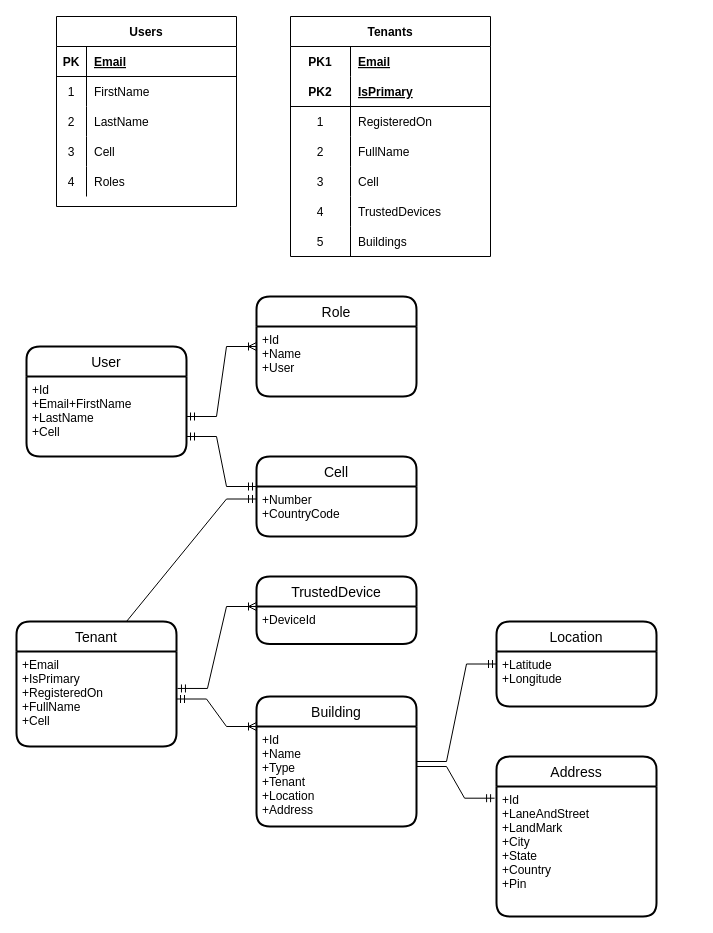
The draw.io diagram page "DatabaseSchema" (10 of 10) of notes/ArchitecturalDiagrams.drawio in aniruddhand/ciot-capstone, before the edit. Source tidied: cells renumbered, new cells numbered last; positions are measured from the earlier drawing's top-left corner, leaving out a move shared by most shapes. Both pictures are drawn from the tidied source at 100%, with x=0, y=0 at pixel (16, 16).
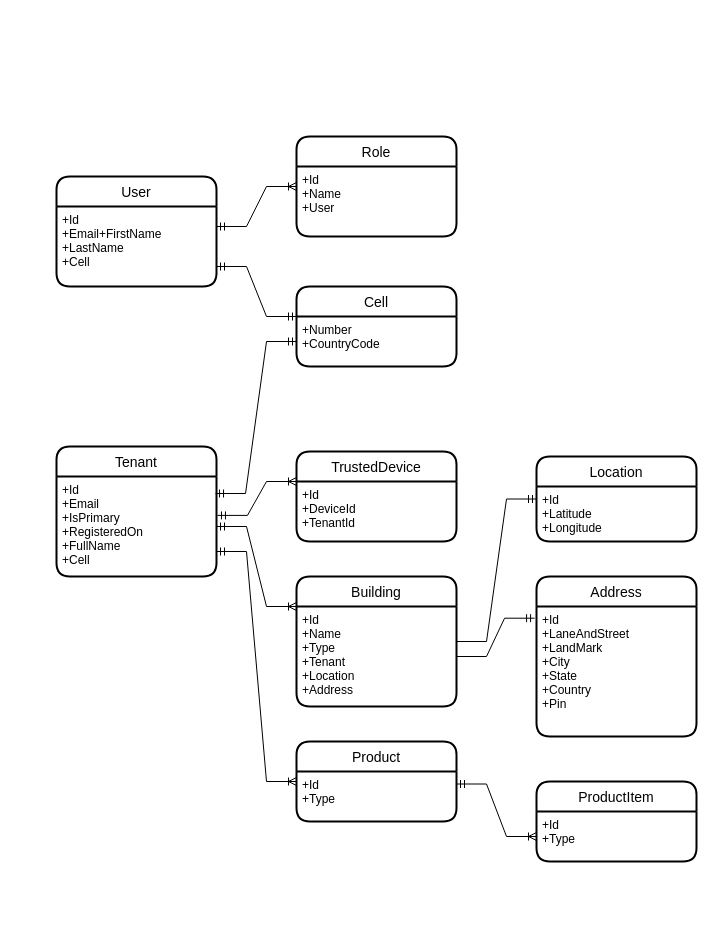
After the change.

The change refers to these unchanged cells:
```xml
<mxCell id="49" value="+Id&#10;+Name&#10;+Type&#10;+Tenant&#10;+Location&#10;+Address&#10;" style="align=left;strokeColor=none;fillColor=none;spacingLeft=4;fontSize=12;verticalAlign=top;" parent="48" vertex="1">
  <mxGeometry y="30" width="160" height="100" as="geometry" />
</mxCell>
<mxCell id="51" value="+Number&#10;+CountryCode&#10;" style="align=left;strokeColor=none;fillColor=none;spacingLeft=4;fontSize=12;verticalAlign=top;" parent="50" vertex="1">
  <mxGeometry y="30" width="160" height="50" as="geometry" />
</mxCell>
<mxCell id="58" value="+Id&#10;+LaneAndStreet&#10;+LandMark&#10;+City&#10;+State&#10;+Country&#10;+Pin&#10;" style="align=left;strokeColor=none;fillColor=none;spacingLeft=4;fontSize=12;verticalAlign=top;" parent="57" vertex="1">
  <mxGeometry y="30" width="160" height="130" as="geometry" />
</mxCell>
```

What changed in the source:
```diff
@@
-    <mxCell id="2" value="Users" style="shape=table;startSize=30;childLayout=tableLayout;rowLines=0;fontStyle=1;align=center;" parent="1" vertex="1">
-      <mxGeometry x="40" width="180" height="190" as="geometry" />
-    </mxCell>
-    <mxCell id="3" style="shape=partialRectangle;fillColor=none;top=0;left=0;bottom=1;right=0;" parent="2" vertex="1">
-      <mxGeometry y="30" width="180" height="30" as="geometry" />
-    </mxCell>
-    <mxCell id="4" value="PK" style="shape=partialRectangle;fillColor=none;top=0;left=0;bottom=0;right=0;fontStyle=1;overflow=hidden;" parent="3" vertex="1">
-      <mxGeometry width="30" height="30" as="geometry" />
-    </mxCell>
-    <mxCell id="5" value="Email" style="shape=partialRectangle;fillColor=none;top=0;left=0;bottom=0;right=0;align=left;spacingLeft=6;fontStyle=5;overflow=hidden;" parent="3" vertex="1">
-      <mxGeometry x="30" width="150" height="30" as="geometry" />
-    </mxCell>
-    <mxCell id="6" style="shape=partialRectangle;fillColor=none;top=0;left=0;bottom=0;right=0;" parent="2" vertex="1">
-      <mxGeometry y="60" width="180" height="30" as="geometry" />
-    </mxCell>
-    <mxCell id="7" value="1" style="shape=partialRectangle;fillColor=none;top=0;left=0;bottom=0;right=0;overflow=hidden;" parent="6" vertex="1">
-      <mxGeometry width="30" height="30" as="geometry" />
-    </mxCell>
-    <mxCell id="8" value="FirstName" style="shape=partialRectangle;fillColor=none;top=0;left=0;bottom=0;right=0;align=left;spacingLeft=6;overflow=hidden;" parent="6" vertex="1">
-      <mxGeometry x="30" width="150" height="30" as="geometry" />
-    </mxCell>
-    <mxCell id="9" style="shape=partialRectangle;fillColor=none;top=0;left=0;bottom=0;right=0;" parent="2" vertex="1">
-      <mxGeometry y="90" width="180" height="30" as="geometry" />
-    </mxCell>
-    <mxCell id="10" value="2" style="shape=partialRectangle;fillColor=none;top=0;left=0;bottom=0;right=0;overflow=hidden;" parent="9" vertex="1">
-      <mxGeometry width="30" height="30" as="geometry" />
-    </mxCell>
-    <mxCell id="11" value="LastName" style="shape=partialRectangle;fillColor=none;top=0;left=0;bottom=0;right=0;align=left;spacingLeft=6;overflow=hidden;" parent="9" vertex="1">
-      <mxGeometry x="30" width="150" height="30" as="geometry" />
-    </mxCell>
-    <mxCell id="12" style="shape=partialRectangle;fillColor=none;top=0;left=0;bottom=0;right=0;" parent="2" vertex="1">
-      <mxGeometry y="120" width="180" height="30" as="geometry" />
-    </mxCell>
-    <mxCell id="13" value="3" style="shape=partialRectangle;fillColor=none;top=0;left=0;bottom=0;right=0;overflow=hidden;" parent="12" vertex="1">
-      <mxGeometry width="30" height="30" as="geometry" />
-    </mxCell>
-    <mxCell id="14" value="Cell" style="shape=partialRectangle;fillColor=none;top=0;left=0;bottom=0;right=0;align=left;spacingLeft=6;overflow=hidden;" parent="12" vertex="1">
-      <mxGeometry x="30" width="150" height="30" as="geometry" />
-    </mxCell>
-    <mxCell id="15" style="shape=partialRectangle;fillColor=none;top=0;left=0;bottom=0;right=0;" parent="2" vertex="1">
-      <mxGeometry y="150" width="180" height="30" as="geometry" />
-    </mxCell>
-    <mxCell id="16" value="4" style="shape=partialRectangle;fillColor=none;top=0;left=0;bottom=0;right=0;overflow=hidden;" parent="15" vertex="1">
-      <mxGeometry width="30" height="30" as="geometry" />
-    </mxCell>
-    <mxCell id="17" value="Roles" style="shape=partialRectangle;fillColor=none;top=0;left=0;bottom=0;right=0;align=left;spacingLeft=6;overflow=hidden;" parent="15" vertex="1">
-      <mxGeometry x="30" width="150" height="30" as="geometry" />
-    </mxCell>
-    <mxCell id="18" value="Tenants" style="shape=table;startSize=30;childLayout=tableLayout;rowLines=0;fontStyle=1;align=center;" parent="1" vertex="1">
-      <mxGeometry x="274" width="200" height="240" as="geometry" />
-    </mxCell>
-    <mxCell id="19" style="shape=partialRectangle;fillColor=none;top=0;left=0;bottom=0;right=0;" parent="18" vertex="1">
-      <mxGeometry y="30" width="200" height="30" as="geometry" />
-    </mxCell>
-    <mxCell id="20" value="PK1" style="shape=partialRectangle;fillColor=none;top=0;left=0;bottom=0;right=0;fontStyle=1;overflow=hidden;" parent="19" vertex="1">
-      <mxGeometry width="60" height="30" as="geometry" />
-    </mxCell>
-    <mxCell id="21" value="Email" style="shape=partialRectangle;fillColor=none;top=0;left=0;bottom=0;right=0;align=left;spacingLeft=6;fontStyle=5;overflow=hidden;" parent="19" vertex="1">
-      <mxGeometry x="60" width="140" height="30" as="geometry" />
-    </mxCell>
-    <mxCell id="22" style="shape=partialRectangle;fillColor=none;top=0;left=0;bottom=1;right=0;" parent="18" vertex="1">
-      <mxGeometry y="60" width="200" height="30" as="geometry" />
-    </mxCell>
-    <mxCell id="23" value="PK2" style="shape=partialRectangle;fillColor=none;top=0;left=0;bottom=0;right=0;fontStyle=1;overflow=hidden;" parent="22" vertex="1">
-      <mxGeometry width="60" height="30" as="geometry" />
-    </mxCell>
-    <mxCell id="24" value="IsPrimary" style="shape=partialRectangle;fillColor=none;top=0;left=0;bottom=0;right=0;align=left;spacingLeft=6;fontStyle=5;overflow=hidden;" parent="22" vertex="1">
-      <mxGeometry x="60" width="140" height="30" as="geometry" />
-    </mxCell>
-    <mxCell id="25" style="shape=partialRectangle;fillColor=none;top=0;left=0;bottom=0;right=0;" parent="18" vertex="1">
-      <mxGeometry y="90" width="200" height="30" as="geometry" />
-    </mxCell>
-    <mxCell id="26" value="1" style="shape=partialRectangle;fillColor=none;top=0;left=0;bottom=0;right=0;overflow=hidden;" parent="25" vertex="1">
-      <mxGeometry width="60" height="30" as="geometry" />
-    </mxCell>
-    <mxCell id="27" value="RegisteredOn" style="shape=partialRectangle;fillColor=none;top=0;left=0;bottom=0;right=0;align=left;spacingLeft=6;overflow=hidden;" parent="25" vertex="1">
-      <mxGeometry x="60" width="140" height="30" as="geometry" />
-    </mxCell>
-    <mxCell id="28" style="shape=partialRectangle;fillColor=none;top=0;left=0;bottom=0;right=0;" parent="18" vertex="1">
-      <mxGeometry y="120" width="200" height="30" as="geometry" />
-    </mxCell>
-    <mxCell id="29" value="2" style="shape=partialRectangle;fillColor=none;top=0;left=0;bottom=0;right=0;overflow=hidden;" parent="28" vertex="1">
-      <mxGeometry width="60" height="30" as="geometry" />
-    </mxCell>
-    <mxCell id="30" value="FullName" style="shape=partialRectangle;fillColor=none;top=0;left=0;bottom=0;right=0;align=left;spacingLeft=6;overflow=hidden;" parent="28" vertex="1">
-      <mxGeometry x="60" width="140" height="30" as="geometry" />
-    </mxCell>
-    <mxCell id="31" style="shape=partialRectangle;fillColor=none;top=0;left=0;bottom=0;right=0;" parent="18" vertex="1">
-      <mxGeometry y="150" width="200" height="30" as="geometry" />
-    </mxCell>
-    <mxCell id="32" value="3" style="shape=partialRectangle;fillColor=none;top=0;left=0;bottom=0;right=0;overflow=hidden;" parent="31" vertex="1">
-      <mxGeometry width="60" height="30" as="geometry" />
-    </mxCell>
-    <mxCell id="33" value="Cell" style="shape=partialRectangle;fillColor=none;top=0;left=0;bottom=0;right=0;align=left;spacingLeft=6;overflow=hidden;" parent="31" vertex="1">
-      <mxGeometry x="60" width="140" height="30" as="geometry" />
-    </mxCell>
-    <mxCell id="34" style="shape=partialRectangle;fillColor=none;top=0;left=0;bottom=0;right=0;" parent="18" vertex="1">
-      <mxGeometry y="180" width="200" height="30" as="geometry" />
-    </mxCell>
-    <mxCell id="35" value="4" style="shape=partialRectangle;fillColor=none;top=0;left=0;bottom=0;right=0;overflow=hidden;" parent="34" vertex="1">
-      <mxGeometry width="60" height="30" as="geometry" />
-    </mxCell>
-    <mxCell id="36" value="TrustedDevices" style="shape=partialRectangle;fillColor=none;top=0;left=0;bottom=0;right=0;align=left;spacingLeft=6;overflow=hidden;" parent="34" vertex="1">
-      <mxGeometry x="60" width="140" height="30" as="geometry" />
-    </mxCell>
-    <mxCell id="37" style="shape=partialRectangle;fillColor=none;top=0;left=0;bottom=0;right=0;" parent="18" vertex="1">
-      <mxGeometry y="210" width="200" height="30" as="geometry" />
-    </mxCell>
-    <mxCell id="38" value="5" style="shape=partialRectangle;fillColor=none;top=0;left=0;bottom=0;right=0;overflow=hidden;" parent="37" vertex="1">
-      <mxGeometry width="60" height="30" as="geometry" />
-    </mxCell>
-    <mxCell id="39" value="Buildings" style="shape=partialRectangle;fillColor=none;top=0;left=0;bottom=0;right=0;align=left;spacingLeft=6;overflow=hidden;" parent="37" vertex="1">
-      <mxGeometry x="60" width="140" height="30" as="geometry" />
-    </mxCell>
     <mxCell id="40" value="Role" style="swimlane;horizontal=1;startSize=30;rounded=1;fontSize=14;fontStyle=0;strokeWidth=2;shadow=0;dashed=0;align=center;" parent="1" vertex="1">
-      <mxGeometry x="240" y="280" width="160" height="100" as="geometry" />
+      <mxGeometry x="280" y="120" width="160" height="100" as="geometry" />
     </mxCell>
@@
     <mxCell id="42" value="User" style="swimlane;horizontal=1;startSize=30;rounded=1;fontSize=14;fontStyle=0;strokeWidth=2;shadow=0;dashed=0;align=center;" parent="1" vertex="1">
-      <mxGeometry x="10" y="330" width="160" height="110" as="geometry" />
+      <mxGeometry x="40" y="160" width="160" height="110" as="geometry" />
     </mxCell>
-    <mxCell id="43" value="+Id&#10;+Email+FirstName&#10;+LastName&#10;+Cell" style="align=left;strokeColor=none;fillColor=none;spacingLeft=4;fontSize=12;verticalAlign=top;" parent="42" vertex="1">
+    <mxCell id="43" value="+Id&#10;+Email+FirstName&#10;+LastName&#10;+Cell&#10;" style="align=left;strokeColor=none;fillColor=none;spacingLeft=4;fontSize=12;verticalAlign=top;" parent="42" vertex="1">
       <mxGeometry y="30" width="160" height="80" as="geometry" />
     </mxCell>
     <mxCell id="44" value="Tenant" style="swimlane;horizontal=1;startSize=30;rounded=1;fontSize=14;fontStyle=0;strokeWidth=2;shadow=0;dashed=0;align=center;" parent="1" vertex="1">
-      <mxGeometry y="605" width="160" height="125" as="geometry" />
+      <mxGeometry x="40" y="430" width="160" height="130" as="geometry" />
     </mxCell>
-    <mxCell id="45" value="+Email&#10;+IsPrimary&#10;+RegisteredOn&#10;+FullName&#10;+Cell&#10;" style="align=left;strokeColor=none;fillColor=none;spacingLeft=4;fontSize=12;verticalAlign=top;" parent="44" vertex="1">
-      <mxGeometry y="30" width="160" height="95" as="geometry" />
+    <mxCell id="45" value="+Id&#10;+Email&#10;+IsPrimary&#10;+RegisteredOn&#10;+FullName&#10;+Cell&#10;" style="align=left;strokeColor=none;fillColor=none;spacingLeft=4;fontSize=12;verticalAlign=top;" parent="44" vertex="1">
+      <mxGeometry y="30" width="160" height="100" as="geometry" />
     </mxCell>
     <mxCell id="46" value="TrustedDevice" style="swimlane;horizontal=1;startSize=30;rounded=1;fontSize=14;fontStyle=0;strokeWidth=2;shadow=0;dashed=0;align=center;" parent="1" vertex="1">
-      <mxGeometry x="240" y="560" width="160" height="67.5" as="geometry" />
+      <mxGeometry x="280" y="435" width="160" height="90" as="geometry" />
     </mxCell>
-    <mxCell id="47" value="+DeviceId" style="align=left;strokeColor=none;fillColor=none;spacingLeft=4;fontSize=12;verticalAlign=top;" parent="46" vertex="1">
-      <mxGeometry y="30" width="160" height="37.5" as="geometry" />
+    <mxCell id="47" value="+Id&#10;+DeviceId&#10;+TenantId&#10;" style="align=left;strokeColor=none;fillColor=none;spacingLeft=4;fontSize=12;verticalAlign=top;" parent="46" vertex="1">
+      <mxGeometry y="30" width="160" height="60" as="geometry" />
     </mxCell>
     <mxCell id="48" value="Building" style="swimlane;horizontal=1;startSize=30;rounded=1;fontSize=14;fontStyle=0;strokeWidth=2;shadow=0;dashed=0;align=center;" parent="1" vertex="1">
-      <mxGeometry x="240" y="680" width="160" height="130" as="geometry" />
+      <mxGeometry x="280" y="560" width="160" height="130" as="geometry" />
     </mxCell>
@@
     <mxCell id="50" value="Cell" style="swimlane;horizontal=1;startSize=30;rounded=1;fontSize=14;fontStyle=0;strokeWidth=2;shadow=0;dashed=0;align=center;" parent="1" vertex="1">
-      <mxGeometry x="240" y="440" width="160" height="80" as="geometry" />
+      <mxGeometry x="280" y="270" width="160" height="80" as="geometry" />
     </mxCell>
@@
-    <mxCell id="53" style="edgeStyle=entityRelationEdgeStyle;fontSize=12;html=1;endArrow=ERoneToMany;startArrow=ERmandOne;rounded=0;exitX=1;exitY=0.5;exitDx=0;exitDy=0;entryX=0;entryY=0.5;entryDx=0;entryDy=0;" parent="1" edge="1" source="43" target="40">
+    <mxCell id="53" style="edgeStyle=entityRelationEdgeStyle;fontSize=12;html=1;endArrow=ERoneToMany;startArrow=ERmandOne;rounded=0;exitX=1;exitY=0.25;exitDx=0;exitDy=0;entryX=0;entryY=0.5;entryDx=0;entryDy=0;" parent="1" edge="1" source="43" target="40">
       <mxGeometry relative="1" as="geometry" />
     </mxCell>
@@
-    <mxCell id="56" style="edgeStyle=entityRelationEdgeStyle;fontSize=12;html=1;endArrow=ERmandOne;rounded=0;entryX=0;entryY=0.25;entryDx=0;entryDy=0;exitX=0.5;exitY=0;exitDx=0;exitDy=0;" parent="1" edge="1" source="44" target="51">
-      <mxGeometry relative="1" as="geometry" />
-    </mxCell>
     <mxCell id="57" value="Address" style="swimlane;horizontal=1;startSize=30;rounded=1;fontSize=14;fontStyle=0;strokeWidth=2;shadow=0;dashed=0;align=center;" parent="1" vertex="1">
-      <mxGeometry x="480" y="740" width="160" height="160" as="geometry" />
+      <mxGeometry x="520" y="560" width="160" height="160" as="geometry" />
     </mxCell>
@@
-    <mxCell id="59" style="edgeStyle=entityRelationEdgeStyle;fontSize=12;html=1;endArrow=ERmandOne;rounded=0;entryX=-0.012;entryY=0.09;entryDx=0;entryDy=0;entryPerimeter=0;" parent="1" edge="1" target="58">
-      <mxGeometry relative="1" as="geometry">
-        <mxPoint x="400" y="750" as="sourcePoint" />
-      </mxGeometry>
+    <mxCell id="59" style="edgeStyle=entityRelationEdgeStyle;fontSize=12;html=1;endArrow=ERmandOne;rounded=0;entryX=-0.012;entryY=0.09;entryDx=0;entryDy=0;entryPerimeter=0;exitX=1;exitY=0.5;exitDx=0;exitDy=0;" parent="1" edge="1" source="49" target="58">
+      <mxGeometry relative="1" as="geometry" />
     </mxCell>
     <mxCell id="60" value="Location" style="swimlane;horizontal=1;startSize=30;rounded=1;fontSize=14;fontStyle=0;strokeWidth=2;shadow=0;dashed=0;align=center;" parent="1" vertex="1">
-      <mxGeometry x="480" y="605" width="160" height="85" as="geometry" />
+      <mxGeometry x="520" y="440" width="160" height="85" as="geometry" />
     </mxCell>
-    <mxCell id="61" value="+Latitude&#10;+Longitude&#10;&#10;" style="align=left;strokeColor=none;fillColor=none;spacingLeft=4;fontSize=12;verticalAlign=top;" parent="60" vertex="1">
+    <mxCell id="61" value="+Id&#10;+Latitude&#10;+Longitude&#10;&#10;" style="align=left;strokeColor=none;fillColor=none;spacingLeft=4;fontSize=12;verticalAlign=top;" parent="60" vertex="1">
       <mxGeometry y="30" width="160" height="55" as="geometry" />
     </mxCell>
@@
+    <mxCell id="63" value="Product" style="swimlane;horizontal=1;startSize=30;rounded=1;fontSize=14;fontStyle=0;strokeWidth=2;shadow=0;dashed=0;align=center;" parent="1" vertex="1">
+      <mxGeometry x="280" y="725" width="160" height="80" as="geometry" />
+    </mxCell>
+    <mxCell id="64" value="+Id&#10;+Type&#10;&#10;" style="align=left;strokeColor=none;fillColor=none;spacingLeft=4;fontSize=12;verticalAlign=top;" parent="63" vertex="1">
+      <mxGeometry y="30" width="160" height="50" as="geometry" />
+    </mxCell>
+    <mxCell id="65" value="ProductItem" style="swimlane;horizontal=1;startSize=30;rounded=1;fontSize=14;fontStyle=0;strokeWidth=2;shadow=0;dashed=0;align=center;" parent="1" vertex="1">
+      <mxGeometry x="520" y="765" width="160" height="80" as="geometry" />
+    </mxCell>
+    <mxCell id="66" value="+Id&#10;+Type&#10;" style="align=left;strokeColor=none;fillColor=none;spacingLeft=4;fontSize=12;verticalAlign=top;" parent="65" vertex="1">
+      <mxGeometry y="30" width="160" height="50" as="geometry" />
+    </mxCell>
+    <mxCell id="67" style="edgeStyle=entityRelationEdgeStyle;fontSize=12;html=1;endArrow=ERoneToMany;startArrow=ERmandOne;rounded=0;entryX=0;entryY=0.5;entryDx=0;entryDy=0;exitX=1;exitY=0.75;exitDx=0;exitDy=0;" parent="1" edge="1" source="45" target="63">
+      <mxGeometry relative="1" as="geometry" />
+    </mxCell>
+    <mxCell id="68" style="edgeStyle=entityRelationEdgeStyle;fontSize=12;html=1;endArrow=ERoneToMany;startArrow=ERmandOne;rounded=0;exitX=1;exitY=0.25;exitDx=0;exitDy=0;entryX=0;entryY=0.5;entryDx=0;entryDy=0;" parent="1" edge="1" source="64" target="66">
+      <mxGeometry relative="1" as="geometry" />
+    </mxCell>
+    <mxCell id="69" style="edgeStyle=entityRelationEdgeStyle;fontSize=12;html=1;endArrow=ERmandOne;startArrow=ERmandOne;rounded=0;entryX=0;entryY=0.5;entryDx=0;entryDy=0;exitX=0.994;exitY=0.17;exitDx=0;exitDy=0;exitPerimeter=0;" parent="1" edge="1" source="45" target="51">
+      <mxGeometry relative="1" as="geometry" />
+    </mxCell>
```
